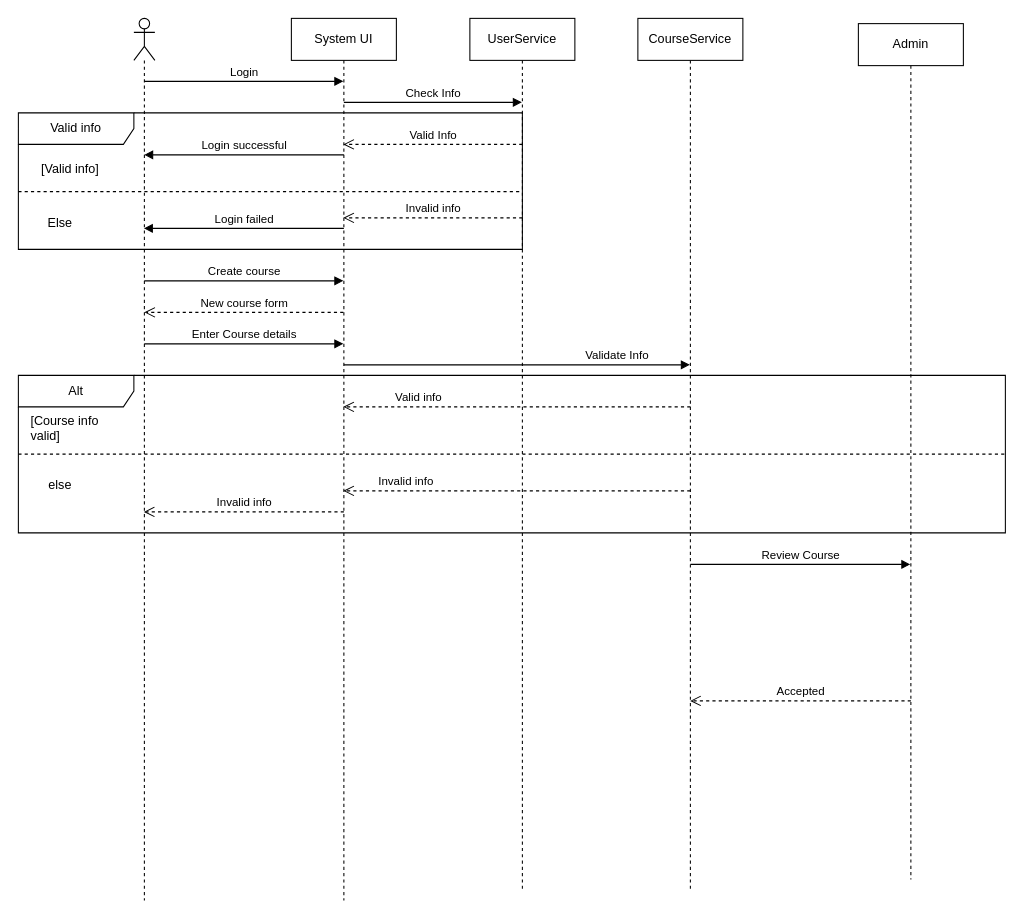
The draw.io diagram Diagrams/Sequence Diagram.drawio in Smook-e/Prog2_lab6, before the edit. Source tidied: cells renumbered, new cells numbered last; positions are measured from the earlier drawing's top-left corner, leaving out a move shared by most shapes. Both pictures are drawn from the tidied source at 105%, with x=0, y=0 at pixel (18, 18).
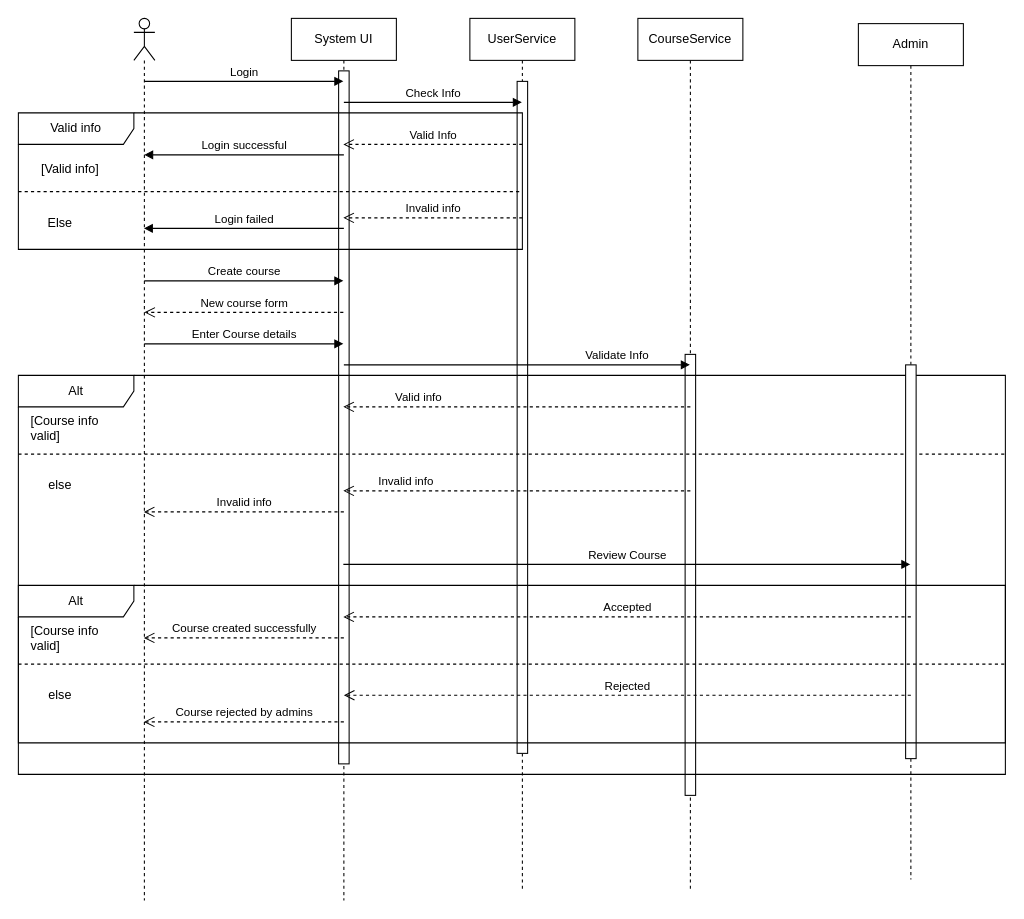
The same page after the edit.

Commit message:
added activation bars

Unchanged cells that the change refers to:
```xml
<mxCell id="2" value="UserService" style="shape=umlLifeline;perimeter=lifelinePerimeter;whiteSpace=wrap;html=1;outlineConnect=0;portConstraint=eastwest;newEdgeStyle={&quot;curved&quot;:0,&quot;rounded&quot;:0};" parent="1" vertex="1">
  <mxGeometry x="430" width="100" height="830" as="geometry" />
</mxCell>
<mxCell id="3" value="System UI" style="shape=umlLifeline;perimeter=lifelinePerimeter;whiteSpace=wrap;html=1;outlineConnect=0;portConstraint=eastwest;newEdgeStyle={&quot;curved&quot;:0,&quot;rounded&quot;:0};" parent="1" vertex="1">
  <mxGeometry x="260" width="100" height="840" as="geometry" />
</mxCell>
<mxCell id="4" value="CourseService" style="shape=umlLifeline;perimeter=lifelinePerimeter;whiteSpace=wrap;html=1;outlineConnect=0;portConstraint=eastwest;newEdgeStyle={&quot;curved&quot;:0,&quot;rounded&quot;:0};" parent="1" vertex="1">
  <mxGeometry x="590" width="100" height="830" as="geometry" />
</mxCell>
<mxCell id="5" style="shape=umlLifeline;perimeter=lifelinePerimeter;whiteSpace=wrap;html=1;outlineConnect=0;portConstraint=eastwest;newEdgeStyle={&quot;curved&quot;:0,&quot;rounded&quot;:0};participant=umlActor;" parent="1" vertex="1">
  <mxGeometry x="110" width="20" height="840" as="geometry" />
</mxCell>
<mxCell id="27" value="Admin" style="shape=umlLifeline;perimeter=lifelinePerimeter;whiteSpace=wrap;html=1;newEdgeStyle={&quot;curved&quot;:0,&quot;rounded&quot;:0};" parent="1" vertex="1">
  <mxGeometry x="800" y="5" width="100" height="815" as="geometry" />
</mxCell>
```

The edit, as a diff of the source:
```diff
@@
+    <mxCell id="30" style="html=1;perimeter=orthogonalPerimeter;targetShapes=umlLifeline;newEdgeStyle={&quot;curved&quot;:0,&quot;rounded&quot;:0};" parent="2" vertex="1">
+      <mxGeometry x="45" y="60" width="10" height="640" as="geometry" />
+    </mxCell>
@@
+    <mxCell id="31" style="html=1;perimeter=orthogonalPerimeter;targetShapes=umlLifeline;newEdgeStyle={&quot;curved&quot;:0,&quot;rounded&quot;:0};" parent="3" vertex="1">
+      <mxGeometry x="45" y="50" width="10" height="660" as="geometry" />
+    </mxCell>
@@
+    <mxCell id="32" style="html=1;perimeter=orthogonalPerimeter;targetShapes=umlLifeline;newEdgeStyle={&quot;curved&quot;:0,&quot;rounded&quot;:0};" parent="4" vertex="1">
+      <mxGeometry x="45" y="320" width="10" height="420" as="geometry" />
+    </mxCell>
@@
     <mxCell id="20" value="Alt" style="shape=umlFrame;whiteSpace=wrap;html=1;width=110;height=30;" parent="1" vertex="1">
-      <mxGeometry y="340" width="940" height="150" as="geometry" />
+      <mxGeometry y="340" width="940" height="380" as="geometry" />
     </mxCell>
@@
+    <mxCell id="33" style="html=1;perimeter=orthogonalPerimeter;targetShapes=umlLifeline;newEdgeStyle={&quot;curved&quot;:0,&quot;rounded&quot;:0};" parent="27" vertex="1">
+      <mxGeometry x="45" y="325" width="10" height="375" as="geometry" />
+    </mxCell>
-    <mxCell id="28" value="Accepted" style="html=1;verticalAlign=bottom;endArrow=open;dashed=1;endSize=8;curved=0;rounded=0;" parent="1" edge="1">
+    <mxCell id="28" value="Accepted" style="html=1;verticalAlign=bottom;endArrow=open;dashed=1;endSize=8;curved=0;rounded=0;" parent="1" edge="1" target="3">
       <mxGeometry relative="1" as="geometry">
-        <mxPoint x="850" y="650" as="sourcePoint" />
-        <mxPoint x="639.8" y="650" as="targetPoint" />
+        <mxPoint x="850" y="570" as="sourcePoint" />
       </mxGeometry>
     </mxCell>
-    <mxCell id="29" value="Review Course" style="html=1;verticalAlign=bottom;endArrow=block;curved=0;rounded=0;" parent="1" edge="1">
+    <mxCell id="29" value="Review Course" style="html=1;verticalAlign=bottom;endArrow=block;curved=0;rounded=0;" parent="1" edge="1" source="3">
       <mxGeometry relative="1" as="geometry">
-        <mxPoint x="640" y="520" as="sourcePoint" />
         <mxPoint x="849.5" y="520" as="targetPoint" />
         <Array as="points">
           <mxPoint x="750" y="520" />
         </Array>
       </mxGeometry>
     </mxCell>
+    <mxCell id="34" value="Alt" style="shape=umlFrame;whiteSpace=wrap;html=1;width=110;height=30;" parent="1" vertex="1">
+      <mxGeometry y="540" width="940" height="150" as="geometry" />
+    </mxCell>
+    <mxCell id="35" value="[Course info&amp;nbsp;&lt;div&gt;valid]&lt;/div&gt;" style="text;html=1;" parent="34" vertex="1">
+      <mxGeometry width="100" height="20" relative="1" as="geometry">
+        <mxPoint x="10" y="30" as="offset" />
+      </mxGeometry>
+    </mxCell>
+    <mxCell id="36" style="line;strokeWidth=1;dashed=1;labelPosition=center;verticalLabelPosition=bottom;align=left;verticalAlign=top;spacingLeft=20;spacingTop=15;html=1;whiteSpace=wrap;" parent="34" vertex="1">
+      <mxGeometry y="70" width="940" height="10" as="geometry" />
+    </mxCell>
+    <mxCell id="37" value="else" style="text;html=1;whiteSpace=wrap;strokeColor=none;fillColor=none;align=center;verticalAlign=middle;rounded=0;" parent="34" vertex="1">
+      <mxGeometry x="10" y="90" width="60" height="30" as="geometry" />
+    </mxCell>
+    <mxCell id="38" value="Rejected" style="html=1;verticalAlign=bottom;endArrow=open;dashed=1;endSize=8;curved=0;rounded=0;" parent="34" edge="1">
+      <mxGeometry relative="1" as="geometry">
+        <mxPoint x="850" y="104.7" as="sourcePoint" />
+        <mxPoint x="310" y="104.7" as="targetPoint" />
+      </mxGeometry>
+    </mxCell>
+    <mxCell id="39" value="Course rejected by admins" style="html=1;verticalAlign=bottom;endArrow=open;dashed=1;endSize=8;curved=0;rounded=0;" parent="34" edge="1" target="5">
+      <mxGeometry relative="1" as="geometry">
+        <mxPoint x="310" y="130" as="sourcePoint" />
+      </mxGeometry>
+    </mxCell>
+    <mxCell id="40" value="Course created successfully" style="html=1;verticalAlign=bottom;endArrow=open;dashed=1;endSize=8;curved=0;rounded=0;" parent="34" edge="1" target="5">
+      <mxGeometry relative="1" as="geometry">
+        <mxPoint x="310" y="50" as="sourcePoint" />
+      </mxGeometry>
+    </mxCell>
```
